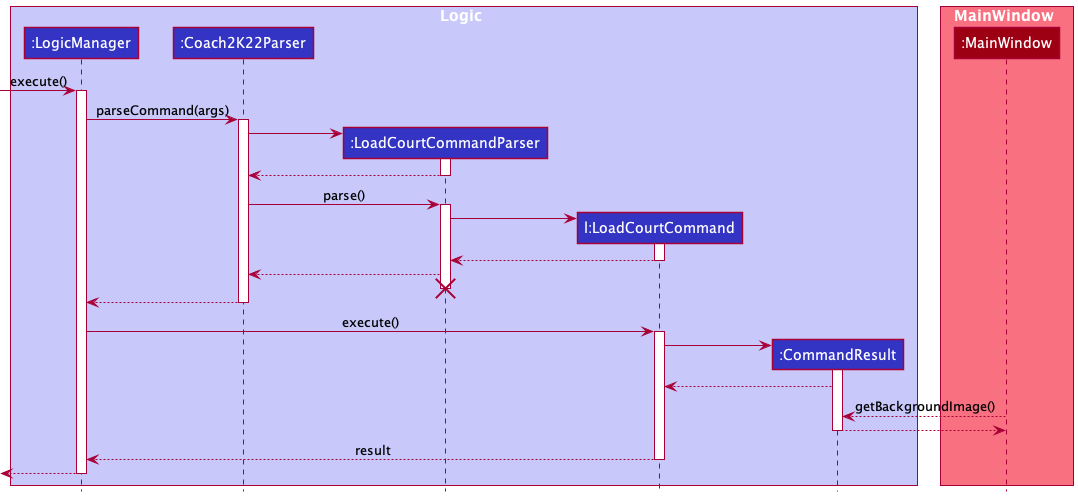
The PlantUML diagram docs/images/LoadCourtSequenceDiagram.png in prgJ/tp, before a commit.
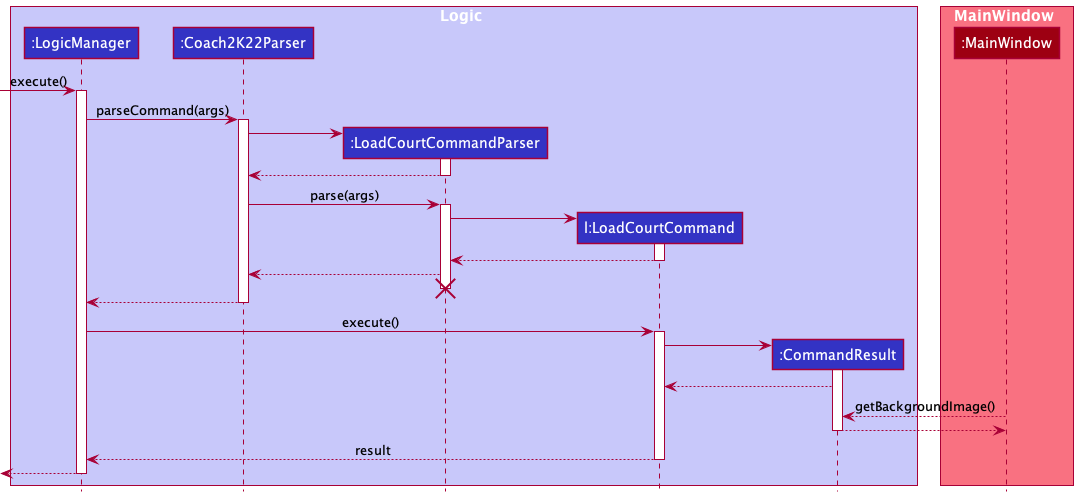
After the change.

Commit message:
loadCourt sequence diag edit

Change to the diagram source:
```diff
@@ -26,7 +26,7 @@
 LoadCourtCommandParser --> Coach2K22Parser
 deactivate LoadCourtCommandParser
 
-Coach2K22Parser -> LoadCourtCommandParser : parse()
+Coach2K22Parser -> LoadCourtCommandParser : parse(args)
 activate LoadCourtCommandParser
 
 create LoadCourtCommand
```
